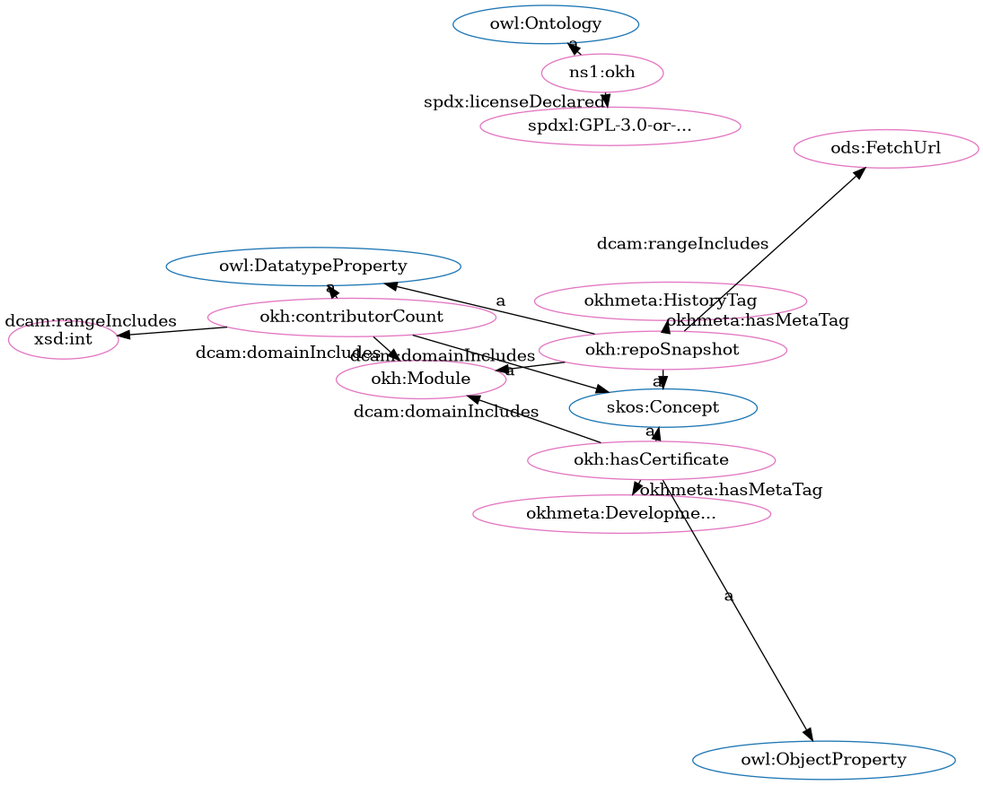
Before: src/spec/fdp_okh_proposed.png, a diagram exported from Graphviz (iop-alliance/OpenKnowHow). Its source is kept beside it as src/spec/fdp_okh_proposed.dot.
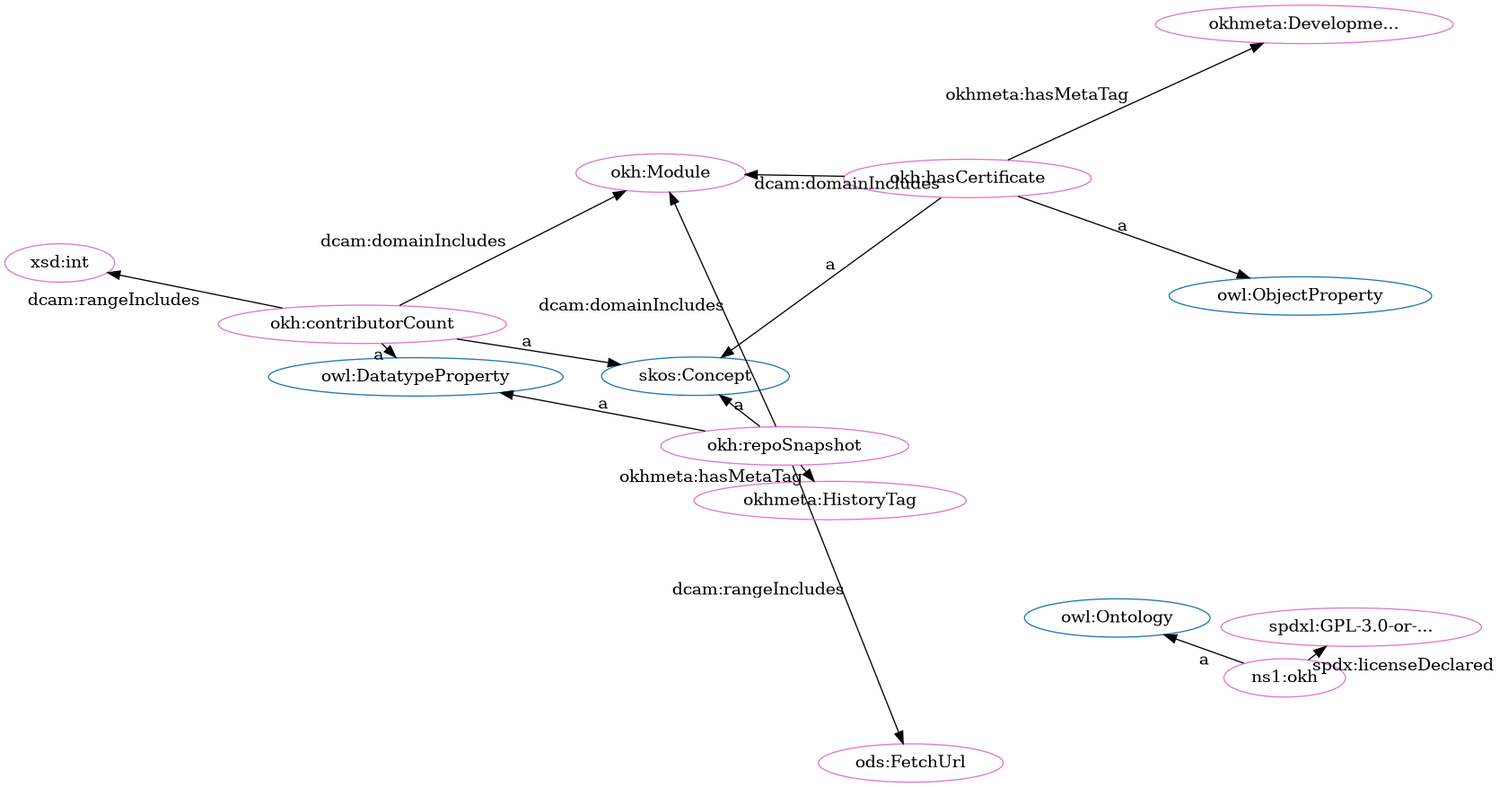
The same diagram one commit later.

Diff of the diagram source:
```diff
@@ -1,33 +1,33 @@
 digraph G {
   rankdir=BT
   node[height=.3]
+"http://www.w3.org/2002/07/owl#ObjectProperty" [fillcolor="#1f77b4" color="#1f77b4" label="owl:ObjectProperty"]
+"http://www.w3.org/2004/02/skos/core#Concept" [fillcolor="#1f77b4" color="#1f77b4" label="skos:Concept"]
 "http://www.w3.org/2002/07/owl#DatatypeProperty" [fillcolor="#1f77b4" color="#1f77b4" label="owl:DatatypeProperty"]
-"http://www.w3.org/2002/07/owl#ObjectProperty" [fillcolor="#1f77b4" color="#1f77b4" label="owl:ObjectProperty"]
 "http://www.w3.org/2002/07/owl#Ontology" [fillcolor="#1f77b4" color="#1f77b4" label="owl:Ontology"]
-"http://www.w3.org/2004/02/skos/core#Concept" [fillcolor="#1f77b4" color="#1f77b4" label="skos:Concept"]
-"http://w3id.org/oseg/ont/okhmeta#HistoryTag" [fillcolor="#e377c2" color="#e377c2" label="okhmeta:HistoryTag"]
-"http://w3id.org/oseg/ont/okh" [fillcolor="#e377c2" color="#e377c2" label="ns1:okh"]
-"http://w3id.org/oseg/ont/okh#repoSnapshot" [fillcolor="#e377c2" color="#e377c2" label="okh:repoSnapshot"]
-"http://w3id.org/oseg/ont/okh#contributorCount" [fillcolor="#e377c2" color="#e377c2" label="okh:contributorCount"]
-"http://w3id.org/oseg/ont/okhmeta#DevelopmentTag" [fillcolor="#e377c2" color="#e377c2" label="okhmeta:Developme..."]
 "http://w3id.org/oseg/ont/okh#hasCertificate" [fillcolor="#e377c2" color="#e377c2" label="okh:hasCertificate"]
 "http://w3id.org/oseg/ont/okh#Module" [fillcolor="#e377c2" color="#e377c2" label="okh:Module"]
+"http://w3id.org/oseg/ont/okh#contributorCount" [fillcolor="#e377c2" color="#e377c2" label="okh:contributorCount"]
+"http://w3id.org/oseg/ont/okh#repoSnapshot" [fillcolor="#e377c2" color="#e377c2" label="okh:repoSnapshot"]
+"http://w3id.org/oseg/ont/ods#FetchUrl" [fillcolor="#e377c2" color="#e377c2" label="ods:FetchUrl"]
 "http://spdx.org/licenses/GPL-3.0-or-later" [fillcolor="#e377c2" color="#e377c2" label="spdxl:GPL-3.0-or-..."]
+"http://w3id.org/oseg/ont/okhmeta#DevelopmentTag" [fillcolor="#e377c2" color="#e377c2" label="okhmeta:Developme..."]
+"http://w3id.org/oseg/ont/okh" [fillcolor="#e377c2" color="#e377c2" label="ns1:okh"]
+"http://w3id.org/oseg/ont/okhmeta#HistoryTag" [fillcolor="#e377c2" color="#e377c2" label="okhmeta:HistoryTag"]
 "http://www.w3.org/2001/XMLSchema#int" [fillcolor="#e377c2" color="#e377c2" label="xsd:int"]
-"http://w3id.org/oseg/ont/ods#FetchUrl" [fillcolor="#e377c2" color="#e377c2" label="ods:FetchUrl"]
+  "http://w3id.org/oseg/ont/okh#repoSnapshot" -> "http://www.w3.org/2002/07/owl#DatatypeProperty" [label="a"]
+  "http://w3id.org/oseg/ont/okh#hasCertificate" -> "http://www.w3.org/2004/02/skos/core#Concept" [label="a"]
+  "http://w3id.org/oseg/ont/okh#hasCertificate" -> "http://w3id.org/oseg/ont/okhmeta#DevelopmentTag" [label="okhmeta:hasMetaTag"]
+  "http://w3id.org/oseg/ont/okh#contributorCount" -> "http://www.w3.org/2004/02/skos/core#Concept" [label="a"]
+  "http://w3id.org/oseg/ont/okh#repoSnapshot" -> "http://w3id.org/oseg/ont/okh#Module" [label="dcam:domainIncludes"]
+  "http://w3id.org/oseg/ont/okh#contributorCount" -> "http://www.w3.org/2001/XMLSchema#int" [label="dcam:rangeIncludes"]
+  "http://w3id.org/oseg/ont/okh#hasCertificate" -> "http://www.w3.org/2002/07/owl#ObjectProperty" [label="a"]
+  "http://w3id.org/oseg/ont/okh#hasCertificate" -> "http://w3id.org/oseg/ont/okh#Module" [label="dcam:domainIncludes"]
+  "http://w3id.org/oseg/ont/okh#contributorCount" -> "http://www.w3.org/2002/07/owl#DatatypeProperty" [label="a"]
+  "http://w3id.org/oseg/ont/okh#repoSnapshot" -> "http://w3id.org/oseg/ont/ods#FetchUrl" [label="dcam:rangeIncludes"]
+  "http://w3id.org/oseg/ont/okh" -> "http://spdx.org/licenses/GPL-3.0-or-later" [label="spdx:licenseDeclared"]
+  "http://w3id.org/oseg/ont/okh#repoSnapshot" -> "http://www.w3.org/2004/02/skos/core#Concept" [label="a"]
+  "http://w3id.org/oseg/ont/okh" -> "http://www.w3.org/2002/07/owl#Ontology" [label="a"]
   "http://w3id.org/oseg/ont/okh#repoSnapshot" -> "http://w3id.org/oseg/ont/okhmeta#HistoryTag" [label="okhmeta:hasMetaTag"]
-  "http://w3id.org/oseg/ont/okh#repoSnapshot" -> "http://www.w3.org/2002/07/owl#DatatypeProperty" [label="a"]
-  "http://w3id.org/oseg/ont/okh#hasCertificate" -> "http://www.w3.org/2002/07/owl#ObjectProperty" [label="a"]
-  "http://w3id.org/oseg/ont/okh#hasCertificate" -> "http://w3id.org/oseg/ont/okhmeta#DevelopmentTag" [label="okhmeta:hasMetaTag"]
-  "http://w3id.org/oseg/ont/okh#hasCertificate" -> "http://www.w3.org/2004/02/skos/core#Concept" [label="a"]
   "http://w3id.org/oseg/ont/okh#contributorCount" -> "http://w3id.org/oseg/ont/okh#Module" [label="dcam:domainIncludes"]
-  "http://w3id.org/oseg/ont/okh#repoSnapshot" -> "http://www.w3.org/2004/02/skos/core#Concept" [label="a"]
-  "http://w3id.org/oseg/ont/okh#contributorCount" -> "http://www.w3.org/2002/07/owl#DatatypeProperty" [label="a"]
-  "http://w3id.org/oseg/ont/okh#contributorCount" -> "http://www.w3.org/2001/XMLSchema#int" [label="dcam:rangeIncludes"]
-  "http://w3id.org/oseg/ont/okh" -> "http://www.w3.org/2002/07/owl#Ontology" [label="a"]
-  "http://w3id.org/oseg/ont/okh#contributorCount" -> "http://www.w3.org/2004/02/skos/core#Concept" [label="a"]
-  "http://w3id.org/oseg/ont/okh#hasCertificate" -> "http://w3id.org/oseg/ont/okh#Module" [label="dcam:domainIncludes"]
-  "http://w3id.org/oseg/ont/okh" -> "http://spdx.org/licenses/GPL-3.0-or-later" [label="spdx:licenseDeclared"]
-  "http://w3id.org/oseg/ont/okh#repoSnapshot" -> "http://w3id.org/oseg/ont/okh#Module" [label="dcam:domainIncludes"]
-  "http://w3id.org/oseg/ont/okh#repoSnapshot" -> "http://w3id.org/oseg/ont/ods#FetchUrl" [label="dcam:rangeIncludes"]
 }
```
